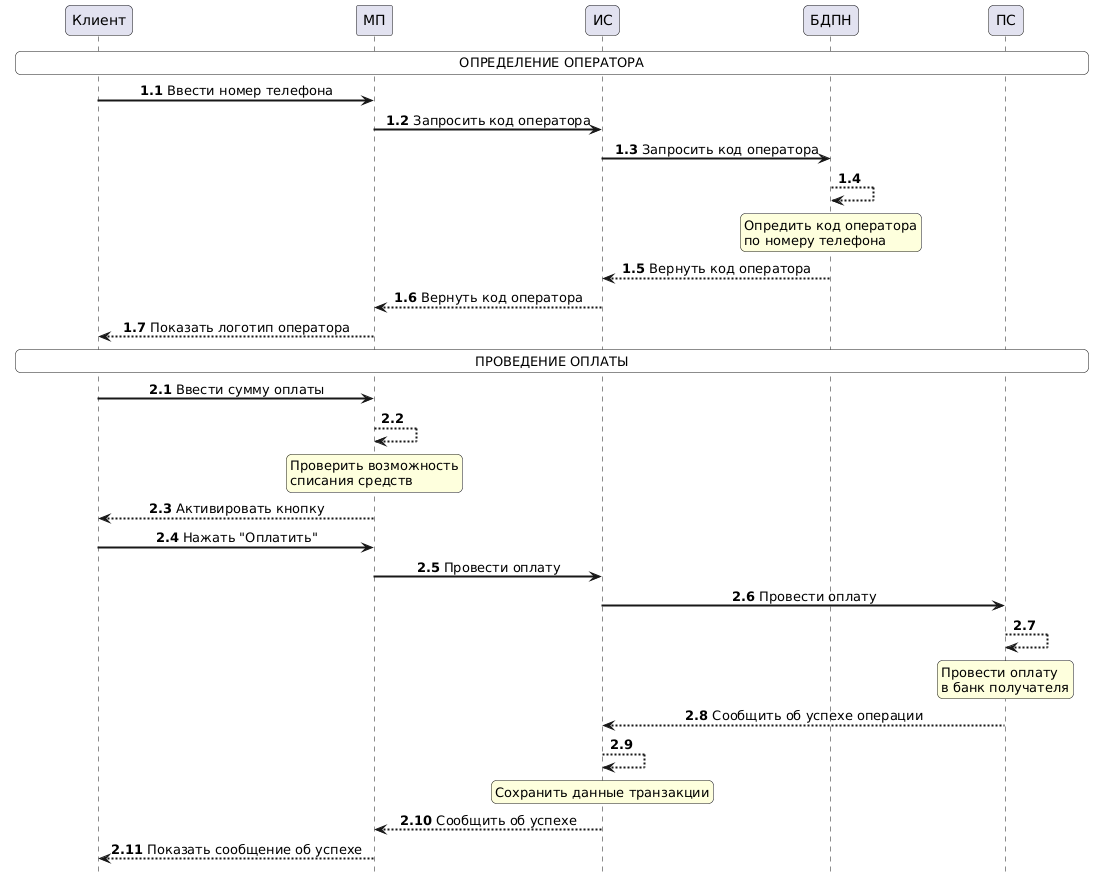
is318/test keeps this PlantUML diagram as Screens/Phone_pay.png. Above is the earlier version.
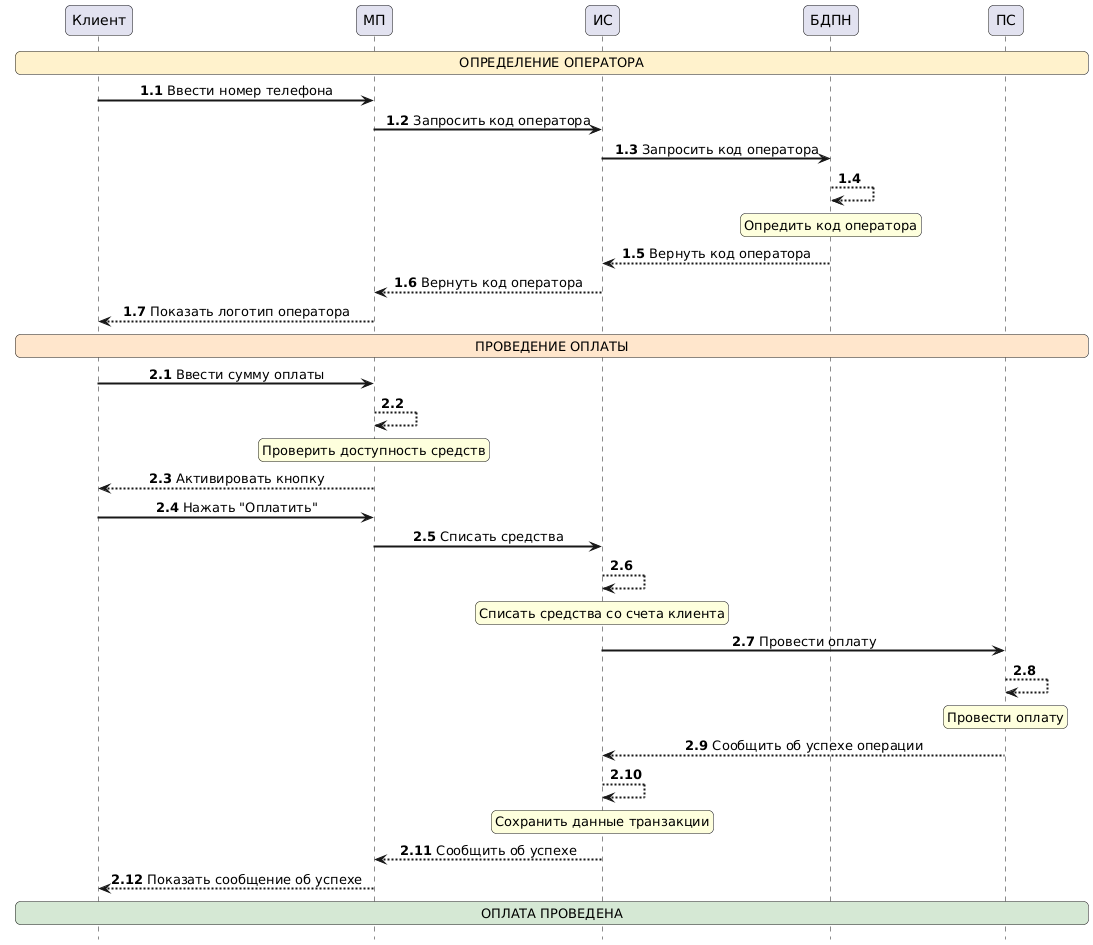
After the change.

What changed in the source:
```diff
@@ -1,7 +1,4 @@
 @startuml
-participant МП
-
-
 skinparam sequenceMessageAlign center
 skinparam sequenceArrowThickness 2
 skinparam roundcorner 10
@@ -15,42 +12,44 @@
 participant ПС
 
 
-rnote across #white: ОПРЕДЕЛЕНИЕ ОПЕРАТОРА
+rnote across #FFF2CC: ОПРЕДЕЛЕНИЕ ОПЕРАТОРА
 autonumber 1.1
 Клиент -> МП: Ввести номер телефона
-МП  -> ИС: Запросить код оператора
+МП -> ИС: Запросить код оператора
 ИС -> БДПН: Запросить код оператора
 БДПН --> БДПН:
 rnote over БДПН
 Опредить код оператора
-по номеру телефона
 end note
 БДПН --> ИС: Вернуть код оператора
 ИС --> МП: Вернуть код оператора
 МП --> Клиент: Показать логотип оператора
 
-rnote across #white: ПРОВЕДЕНИЕ ОПЛАТЫ
+rnote across #FFE6CC: ПРОВЕДЕНИЕ ОПЛАТЫ
 autonumber 2.1
 Клиент -> МП: Ввести сумму оплаты
-МП  --> МП:
+МП --> МП:
 rnote over МП
-Проверить возможность
-списания средств
+Проверить доступность средств
 end note
-МП  --> Клиент: Активировать кнопку
+МП --> Клиент: Активировать кнопку
 Клиент -> МП: Нажать "Оплатить"
-МП  -> ИС: Провести оплату
+МП -> ИС: Списать средства
+ИС --> ИС:
+rnote over ИС
+Списать средства со счета клиента
+end note
 ИС -> ПС: Провести оплату
-ПС  --> ПС:
+ПС --> ПС:
 rnote over ПС
 Провести оплату
-в банк получателя
 end note
-ПС  --> ИС: Сообщить об успехе операции
-ИС  --> ИС:
+ПС --> ИС: Сообщить об успехе операции
+ИС --> ИС:
 rnote over ИС
 Сохранить данные транзакции
 end note
 ИС --> МП: Сообщить об успехе
-МП  --> Клиент: Показать сообщение об успехе
+МП --> Клиент: Показать сообщение об успехе
+rnote across #D5E8D4: ОПЛАТА ПРОВЕДЕНА
 @enduml
```
